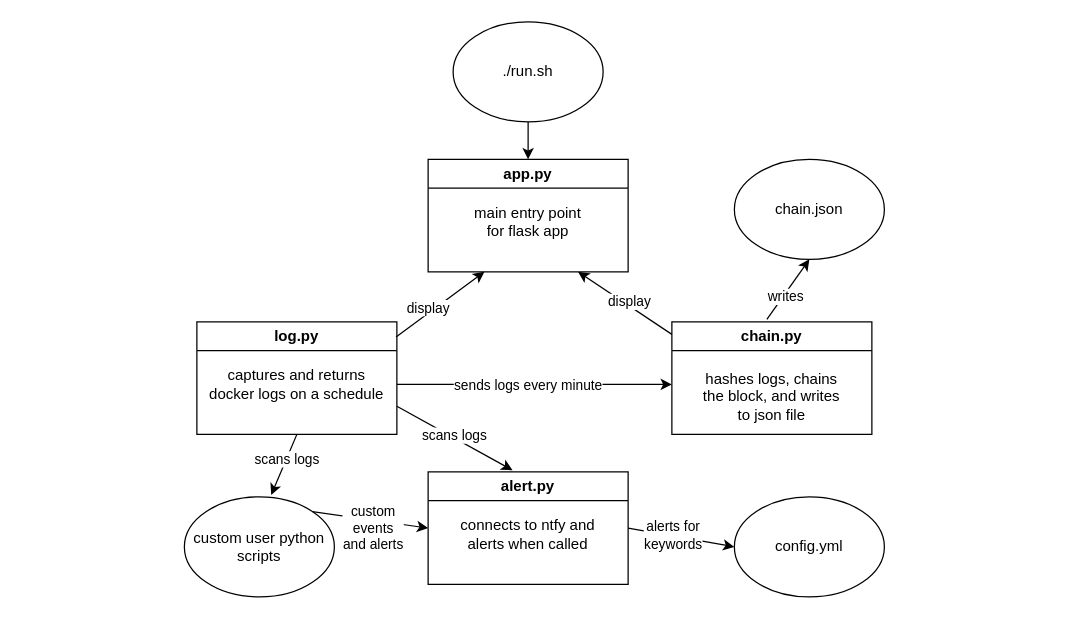
The draw.io diagram demo/imgs/logchain.drawio in austindriggs/logchain, before the edit. Source tidied: cells renumbered, new cells numbered last; positions are measured from the earlier drawing's top-left corner, leaving out a move shared by most shapes. Both pictures are drawn from the tidied source at 125%, with x=0, y=0 at pixel (184, 21).
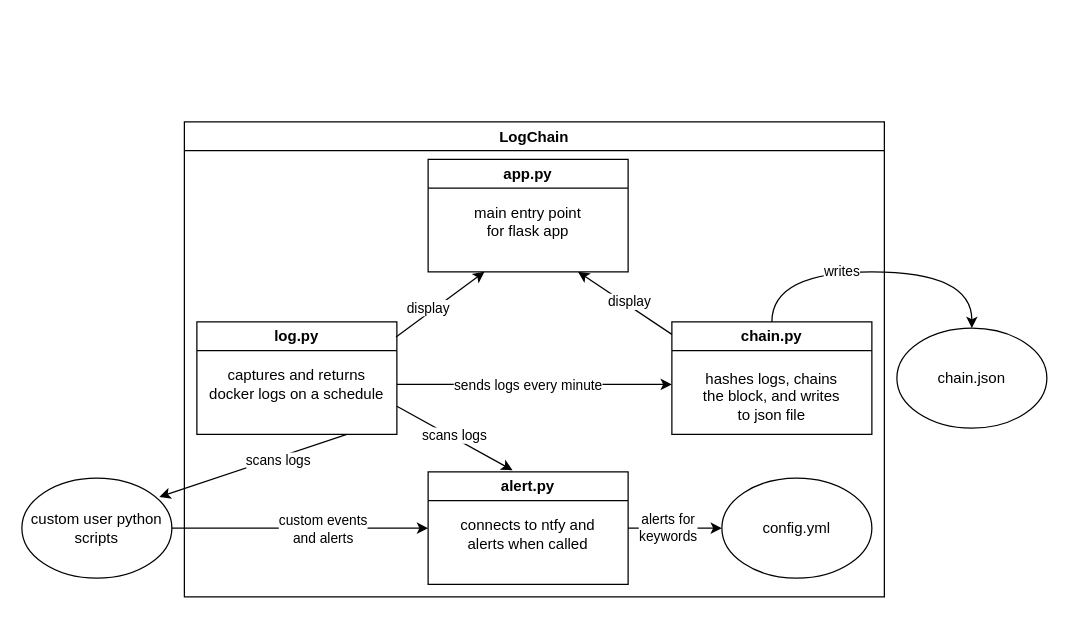
Above is the later version.

Unchanged cells that the change refers to:
```xml
<mxCell id="5" value="log.py" style="swimlane;whiteSpace=wrap;html=1;" parent="1" vertex="1">
  <mxGeometry x="10" y="240" width="160" height="90" as="geometry" />
</mxCell>
<mxCell id="6" value="alert.py" style="swimlane;whiteSpace=wrap;html=1;" parent="1" vertex="1">
  <mxGeometry x="195" y="360" width="160" height="90" as="geometry" />
</mxCell>
<mxCell id="10" value="chain.py" style="swimlane;whiteSpace=wrap;html=1;" parent="1" vertex="1">
  <mxGeometry x="390" y="240" width="160" height="90" as="geometry" />
</mxCell>
```

The edit, as a diff of the source:
```diff
@@
-<mxGraphModel>
+<mxGraphModel background="#ffffff">
@@
-    <mxCell id="2" value="./run.sh" style="ellipse;whiteSpace=wrap;html=1;" parent="1" vertex="1">
-      <mxGeometry x="215" width="120" height="80" as="geometry" />
-    </mxCell>
-    <mxCell id="3" style="endArrow=classic;html=1;rounded=0;exitX=0.5;exitY=1;exitDx=0;exitDy=0;" parent="1" edge="1" source="2">
-      <mxGeometry relative="1" as="geometry">
-        <mxPoint x="275" y="110" as="targetPoint" />
-      </mxGeometry>
-    </mxCell>
@@
     <mxCell id="12" value="custom user python scripts" style="ellipse;whiteSpace=wrap;html=1;" parent="1" vertex="1">
-      <mxGeometry y="380" width="120" height="80" as="geometry" />
+      <mxGeometry x="-130" y="365" width="120" height="80" as="geometry" />
     </mxCell>
-    <mxCell id="13" value="config.yml" style="ellipse;whiteSpace=wrap;html=1;" parent="1" vertex="1">
-      <mxGeometry x="440" y="380" width="120" height="80" as="geometry" />
-    </mxCell>
@@
-    <mxCell id="16" style="endArrow=classic;html=1;rounded=0;exitX=0.5;exitY=1;exitDx=0;exitDy=0;entryX=0.579;entryY=-0.02;entryDx=0;entryDy=0;entryPerimeter=0;" parent="1" edge="1" source="5" target="12">
+    <mxCell id="16" style="endArrow=classic;html=1;rounded=0;entryX=0.917;entryY=0.188;entryDx=0;entryDy=0;entryPerimeter=0;exitX=0.75;exitY=1;exitDx=0;exitDy=0;" parent="1" edge="1" source="5" target="12">
       <mxGeometry relative="1" as="geometry" />
     </mxCell>
     <mxCell id="17" value="scans logs" style="edgeLabel;html=1;align=center;verticalAlign=middle;" parent="16" vertex="1">
-      <mxGeometry x="-0.19" relative="1" as="geometry" />
+      <mxGeometry x="-0.19" relative="1" as="geometry">
+        <mxPoint x="5" as="offset" />
+      </mxGeometry>
     </mxCell>
-    <mxCell id="18" style="endArrow=classic;html=1;rounded=0;exitX=1;exitY=0;exitDx=0;exitDy=0;entryX=0;entryY=0.5;entryDx=0;entryDy=0;" parent="1" edge="1" source="12" target="6">
+    <mxCell id="18" style="endArrow=classic;html=1;rounded=0;exitX=1;exitY=0.5;exitDx=0;exitDy=0;entryX=0;entryY=0.5;entryDx=0;entryDy=0;" parent="1" edge="1" source="12" target="6">
       <mxGeometry relative="1" as="geometry" />
     </mxCell>
-    <mxCell id="19" value="custom&lt;div&gt;events&lt;/div&gt;&lt;div&gt;and alerts&lt;/div&gt;" style="edgeLabel;html=1;align=center;verticalAlign=middle;" parent="18" vertex="1">
+    <mxCell id="19" value="custom&amp;nbsp;&lt;span style=&quot;background-color: light-dark(#ffffff, var(--ge-dark-color, #121212)); color: light-dark(rgb(0, 0, 0), rgb(255, 255, 255));&quot;&gt;events&lt;/span&gt;&lt;div&gt;and alerts&lt;/div&gt;" style="edgeLabel;html=1;align=center;verticalAlign=middle;" parent="18" vertex="1">
       <mxGeometry x="-0.36" y="2" relative="1" as="geometry">
-        <mxPoint x="18" y="11" as="offset" />
+        <mxPoint x="54" y="2" as="offset" />
       </mxGeometry>
     </mxCell>
@@
     <mxCell id="26" value="chain.json" style="ellipse;whiteSpace=wrap;html=1;" parent="1" vertex="1">
-      <mxGeometry x="440" y="110" width="120" height="80" as="geometry" />
+      <mxGeometry x="570" y="245" width="120" height="80" as="geometry" />
     </mxCell>
-    <mxCell id="27" style="endArrow=classic;html=1;rounded=0;entryX=0.5;entryY=1;entryDx=0;entryDy=0;" parent="1" edge="1" target="26">
-      <mxGeometry relative="1" as="geometry">
-        <mxPoint x="466" y="238" as="sourcePoint" />
-      </mxGeometry>
-    </mxCell>
-    <mxCell id="28" value="writes" style="edgeLabel;html=1;align=center;verticalAlign=middle;" parent="27" vertex="1">
-      <mxGeometry x="0.08" relative="1" as="geometry">
-        <mxPoint x="-4" y="8" as="offset" />
-      </mxGeometry>
-    </mxCell>
@@
+    <mxCell id="31" value="LogChain" style="swimlane;startSize=23;" parent="1" vertex="1">
+      <mxGeometry y="80" width="560" height="380" as="geometry" />
+    </mxCell>
+    <mxCell id="13" value="config.yml" style="ellipse;whiteSpace=wrap;html=1;" parent="31" vertex="1">
+      <mxGeometry x="430" y="285" width="120" height="80" as="geometry" />
+    </mxCell>
+    <mxCell id="28" value="writes" style="endArrow=classic;html=1;rounded=0;entryX=0.5;entryY=0;entryDx=0;entryDy=0;exitX=0.5;exitY=0;exitDx=0;exitDy=0;edgeStyle=orthogonalEdgeStyle;curved=1;" parent="1" edge="1" source="10" target="26">
+      <mxGeometry x="-0.22" relative="1" as="geometry">
+        <Array as="points">
+          <mxPoint x="470" y="200" />
+          <mxPoint x="630" y="200" />
+        </Array>
+      </mxGeometry>
+    </mxCell>
```
